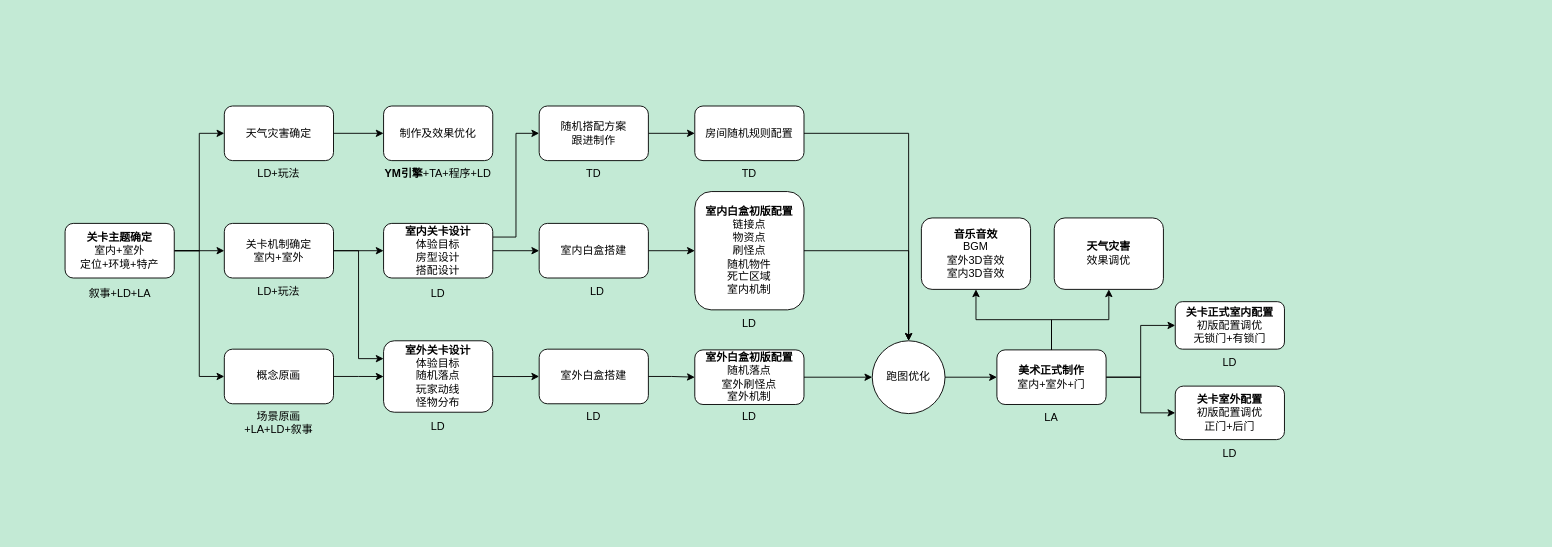
Earlier version of the draw.io diagram MAYDAY关卡设计流程.drawio (LittleTrain0321/15150400109Wy). Source tidied: cells renumbered, new cells numbered last; positions are measured from the earlier drawing's top-left corner, leaving out a move shared by most shapes. Both pictures are drawn from the tidied source at 91%, with x=0, y=0 at pixel (65, 106).
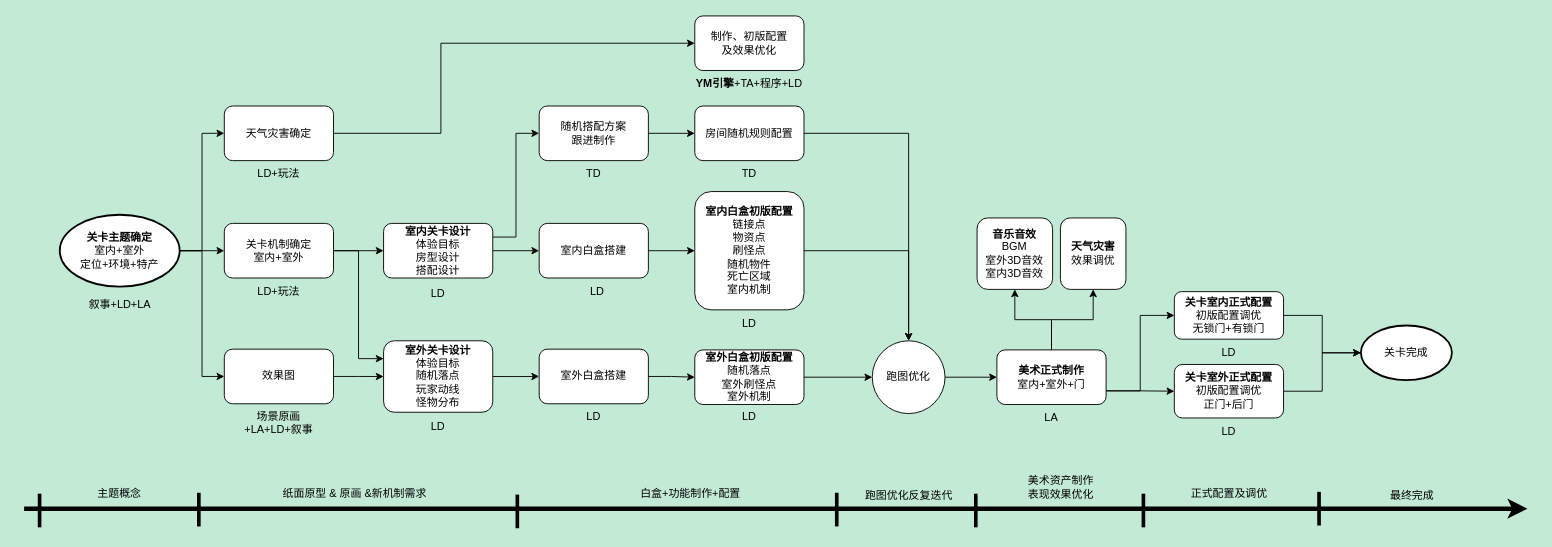
The same page after the edit.

Commit message:
更新MAYDAY关卡设计流程.drawio

Unchanged cells that the change refers to:
```xml
<mxCell id="8" value="天气灾害确定" style="rounded=1;whiteSpace=wrap;html=1;" parent="1" vertex="1">
  <mxGeometry x="175" width="120" height="60" as="geometry" />
</mxCell>
<mxCell id="12" value="关卡机制确定&lt;div&gt;室内+室外&lt;/div&gt;" style="rounded=1;whiteSpace=wrap;html=1;" parent="1" vertex="1">
  <mxGeometry x="175" y="129" width="120" height="60" as="geometry" />
</mxCell>
<mxCell id="48" value="&lt;b&gt;美术正式制作&lt;/b&gt;&lt;br&gt;室内+室外+门" style="rounded=1;whiteSpace=wrap;html=1;" parent="1" vertex="1">
  <mxGeometry x="1024" y="268" width="120" height="60" as="geometry" />
</mxCell>
```

The edit, as a diff of the source:
```diff
@@
     <mxCell id="2" value="叙事+LD+LA" style="text;html=1;align=center;verticalAlign=middle;whiteSpace=wrap;rounded=0;" parent="1" vertex="1">
-      <mxGeometry x="18.5" y="191" width="83" height="30" as="geometry" />
+      <mxGeometry x="18.5" y="204" width="83" height="30" as="geometry" />
     </mxCell>
-    <mxCell id="3" style="edgeStyle=orthogonalEdgeStyle;rounded=0;jettySize=auto;html=1;exitX=1;exitY=0.5;exitDx=0;exitDy=0;entryX=0;entryY=0.5;entryDx=0;entryDy=0;" parent="1" edge="1" source="6" target="8">
+    <mxCell id="3" style="edgeStyle=orthogonalEdgeStyle;rounded=0;jettySize=auto;html=1;exitX=1;exitY=0.5;exitDx=0;exitDy=0;entryX=0;entryY=0.5;entryDx=0;entryDy=0;exitPerimeter=0;" parent="1" edge="1" source="6" target="8">
       <mxGeometry relative="1" as="geometry" />
     </mxCell>
-    <mxCell id="4" style="edgeStyle=orthogonalEdgeStyle;rounded=0;jettySize=auto;html=1;exitX=1;exitY=0.5;exitDx=0;exitDy=0;entryX=0;entryY=0.5;entryDx=0;entryDy=0;" parent="1" edge="1" source="6" target="12">
+    <mxCell id="4" style="edgeStyle=orthogonalEdgeStyle;rounded=0;jettySize=auto;html=1;exitX=1;exitY=0.5;exitDx=0;exitDy=0;entryX=0;entryY=0.5;entryDx=0;entryDy=0;exitPerimeter=0;" parent="1" edge="1" source="6" target="12">
       <mxGeometry relative="1" as="geometry" />
     </mxCell>
-    <mxCell id="5" style="edgeStyle=orthogonalEdgeStyle;rounded=0;jettySize=auto;html=1;exitX=1;exitY=0.5;exitDx=0;exitDy=0;entryX=0;entryY=0.5;entryDx=0;entryDy=0;" parent="1" edge="1" source="6" target="17">
+    <mxCell id="5" style="edgeStyle=orthogonalEdgeStyle;rounded=0;jettySize=auto;html=1;exitX=1;exitY=0.5;exitDx=0;exitDy=0;entryX=0;entryY=0.5;entryDx=0;entryDy=0;exitPerimeter=0;" parent="1" edge="1" source="6" target="17">
       <mxGeometry relative="1" as="geometry" />
     </mxCell>
-    <mxCell id="6" value="&lt;b&gt;关卡主题确定&lt;/b&gt;&lt;div&gt;&lt;div&gt;室内+室外&lt;/div&gt;&lt;/div&gt;&lt;div&gt;定位+环境+特产&lt;/div&gt;" style="rounded=1;whiteSpace=wrap;html=1;" parent="1" vertex="1">
-      <mxGeometry y="129" width="120" height="60" as="geometry" />
-    </mxCell>
     <mxCell id="7" style="edgeStyle=orthogonalEdgeStyle;rounded=0;jettySize=auto;html=1;exitX=1;exitY=0.5;exitDx=0;exitDy=0;entryX=0;entryY=0.5;entryDx=0;entryDy=0;" parent="1" edge="1" source="8" target="14">
-      <mxGeometry relative="1" as="geometry" />
+      <mxGeometry relative="1" as="geometry">
+        <Array as="points">
+          <mxPoint x="413" y="30" />
+          <mxPoint x="413" y="-69" />
+        </Array>
+      </mxGeometry>
     </mxCell>
@@
-    <mxCell id="14" value="制作及效果优化" style="rounded=1;whiteSpace=wrap;html=1;" parent="1" vertex="1">
-      <mxGeometry x="350" width="120" height="60" as="geometry" />
+    <mxCell id="14" value="制作、初版配置&lt;div&gt;及效果优化&lt;/div&gt;" style="rounded=1;whiteSpace=wrap;html=1;" parent="1" vertex="1">
+      <mxGeometry x="692" y="-99" width="120" height="60" as="geometry" />
     </mxCell>
     <mxCell id="15" value="&lt;b&gt;YM引擎&lt;/b&gt;+TA+程序+LD" style="text;html=1;align=center;verticalAlign=middle;whiteSpace=wrap;rounded=0;" parent="1" vertex="1">
-      <mxGeometry x="340" y="60" width="140" height="30" as="geometry" />
+      <mxGeometry x="682" y="-39" width="140" height="30" as="geometry" />
     </mxCell>
@@
-    <mxCell id="17" value="概念原画" style="rounded=1;whiteSpace=wrap;html=1;" parent="1" vertex="1">
+    <mxCell id="17" value="效果图" style="rounded=1;whiteSpace=wrap;html=1;" parent="1" vertex="1">
       <mxGeometry x="175" y="267.2" width="120" height="60" as="geometry" />
     </mxCell>
@@
     <mxCell id="31" value="&lt;b&gt;音乐音效&lt;/b&gt;&lt;div&gt;BGM&lt;/div&gt;&lt;div&gt;室外3D音效&lt;/div&gt;&lt;div&gt;室内3D音效&lt;/div&gt;" style="rounded=1;whiteSpace=wrap;html=1;" parent="1" vertex="1">
-      <mxGeometry x="941" y="123" width="120" height="78.5" as="geometry" />
+      <mxGeometry x="1002.2" y="123" width="83" height="78.5" as="geometry" />
     </mxCell>
@@
-    <mxCell id="45" style="edgeStyle=orthogonalEdgeStyle;rounded=0;jettySize=auto;html=1;exitX=1;exitY=0.5;exitDx=0;exitDy=0;entryX=0;entryY=0.5;entryDx=0;entryDy=0;" parent="1" edge="1" source="48" target="50">
+    <mxCell id="45" style="edgeStyle=orthogonalEdgeStyle;rounded=0;jettySize=auto;html=1;exitX=1;exitY=0.75;exitDx=0;exitDy=0;entryX=0;entryY=0.5;entryDx=0;entryDy=0;" parent="1" edge="1" source="48" target="50">
       <mxGeometry relative="1" as="geometry" />
     </mxCell>
-    <mxCell id="46" style="edgeStyle=orthogonalEdgeStyle;rounded=0;jettySize=auto;html=1;exitX=1;exitY=0.5;exitDx=0;exitDy=0;entryX=0;entryY=0.5;entryDx=0;entryDy=0;" parent="1" edge="1" source="48" target="51">
+    <mxCell id="46" style="edgeStyle=orthogonalEdgeStyle;rounded=0;jettySize=auto;html=1;exitX=1;exitY=0.75;exitDx=0;exitDy=0;entryX=0;entryY=0.5;entryDx=0;entryDy=0;" parent="1" edge="1" source="48" target="51">
       <mxGeometry relative="1" as="geometry" />
     </mxCell>
@@
-    <mxCell id="50" value="&lt;b&gt;关卡正式室内配置&lt;/b&gt;&lt;div&gt;&lt;div&gt;初版配置调优&lt;/div&gt;&lt;div&gt;无锁门+有锁门&lt;/div&gt;&lt;/div&gt;" style="rounded=1;whiteSpace=wrap;html=1;" parent="1" vertex="1">
-      <mxGeometry x="1220" y="215" width="120" height="52.2" as="geometry" />
+    <mxCell id="50" value="&lt;b&gt;关卡室内&lt;/b&gt;&lt;b&gt;正式&lt;/b&gt;&lt;b&gt;配置&lt;/b&gt;&lt;div&gt;&lt;div&gt;初版配置调优&lt;/div&gt;&lt;div&gt;无锁门+有锁门&lt;/div&gt;&lt;/div&gt;" style="rounded=1;whiteSpace=wrap;html=1;" parent="1" vertex="1">
+      <mxGeometry x="1219" y="204" width="120" height="52.2" as="geometry" />
     </mxCell>
-    <mxCell id="51" value="&lt;b&gt;关卡室外配置&lt;/b&gt;&lt;div&gt;初版配置调优&lt;b&gt;&lt;br&gt;&lt;/b&gt;&lt;div&gt;正门+后门&lt;/div&gt;&lt;/div&gt;" style="rounded=1;whiteSpace=wrap;html=1;" parent="1" vertex="1">
-      <mxGeometry x="1220" y="307.8" width="120" height="58.8" as="geometry" />
+    <mxCell id="51" value="&lt;b&gt;关卡室外正式配置&lt;/b&gt;&lt;div&gt;初版配置调优&lt;b&gt;&lt;br&gt;&lt;/b&gt;&lt;div&gt;正门+后门&lt;/div&gt;&lt;/div&gt;" style="rounded=1;whiteSpace=wrap;html=1;" parent="1" vertex="1">
+      <mxGeometry x="1219" y="284" width="120" height="58.8" as="geometry" />
     </mxCell>
     <mxCell id="52" value="LD" style="text;html=1;align=center;verticalAlign=middle;whiteSpace=wrap;rounded=0;" parent="1" vertex="1">
-      <mxGeometry x="1250" y="267.2" width="60" height="30" as="geometry" />
+      <mxGeometry x="1249" y="256.2" width="60" height="30" as="geometry" />
     </mxCell>
     <mxCell id="53" value="LD" style="text;html=1;align=center;verticalAlign=middle;whiteSpace=wrap;rounded=0;" parent="1" vertex="1">
-      <mxGeometry x="1250" y="366.5" width="60" height="30" as="geometry" />
+      <mxGeometry x="1249" y="342.8" width="60" height="30" as="geometry" />
     </mxCell>
@@
     <mxCell id="58" value="&lt;b&gt;天气灾害&lt;/b&gt;&lt;div&gt;效果调优&lt;/div&gt;" style="rounded=1;whiteSpace=wrap;html=1;" parent="1" vertex="1">
-      <mxGeometry x="1087" y="123" width="120" height="78.5" as="geometry" />
+      <mxGeometry x="1093.8" y="123" width="72" height="78.5" as="geometry" />
     </mxCell>
+    <mxCell id="59" style="endArrow=classic;html=1;rounded=0;strokeWidth=5;" parent="1" edge="1">
+      <mxGeometry relative="1" as="geometry">
+        <mxPoint x="-45" y="442.5" as="sourcePoint" />
+        <mxPoint x="1607" y="442.5" as="targetPoint" />
+      </mxGeometry>
+    </mxCell>
+    <mxCell id="60" style="endArrow=none;html=1;rounded=0;strokeWidth=4;" parent="1" edge="1">
+      <mxGeometry relative="1" as="geometry">
+        <mxPoint x="-28" y="463" as="sourcePoint" />
+        <mxPoint x="-28" y="426" as="targetPoint" />
+      </mxGeometry>
+    </mxCell>
+    <mxCell id="61" style="endArrow=none;html=1;rounded=0;strokeWidth=4;" parent="1" edge="1">
+      <mxGeometry relative="1" as="geometry">
+        <mxPoint x="147" y="462" as="sourcePoint" />
+        <mxPoint x="147" y="425" as="targetPoint" />
+      </mxGeometry>
+    </mxCell>
+    <mxCell id="62" value="主题概念" style="text;html=1;align=center;verticalAlign=middle;whiteSpace=wrap;rounded=0;" parent="1" vertex="1">
+      <mxGeometry x="30" y="410.8" width="60" height="30" as="geometry" />
+    </mxCell>
+    <mxCell id="63" value="纸面原型 &amp;amp; 原画 &amp;amp;新机制需求" style="text;html=1;align=center;verticalAlign=middle;whiteSpace=wrap;rounded=0;" parent="1" vertex="1">
+      <mxGeometry x="235" y="410.8" width="167" height="30" as="geometry" />
+    </mxCell>
+    <mxCell id="64" style="endArrow=none;html=1;rounded=0;strokeWidth=4;" parent="1" edge="1">
+      <mxGeometry relative="1" as="geometry">
+        <mxPoint x="497" y="464" as="sourcePoint" />
+        <mxPoint x="497" y="427" as="targetPoint" />
+      </mxGeometry>
+    </mxCell>
+    <mxCell id="65" value="白盒+功能制作+配置" style="text;html=1;align=center;verticalAlign=middle;whiteSpace=wrap;rounded=0;" parent="1" vertex="1">
+      <mxGeometry x="604" y="410.8" width="167" height="30" as="geometry" />
+    </mxCell>
+    <mxCell id="66" style="endArrow=none;html=1;rounded=0;strokeWidth=4;" parent="1" edge="1">
+      <mxGeometry relative="1" as="geometry">
+        <mxPoint x="848" y="462" as="sourcePoint" />
+        <mxPoint x="848" y="425" as="targetPoint" />
+      </mxGeometry>
+    </mxCell>
+    <mxCell id="67" value="跑图优化反复迭代" style="text;html=1;align=center;verticalAlign=middle;whiteSpace=wrap;rounded=0;" parent="1" vertex="1">
+      <mxGeometry x="843.5" y="413" width="167" height="30" as="geometry" />
+    </mxCell>
+    <mxCell id="68" style="endArrow=none;html=1;rounded=0;strokeWidth=4;" parent="1" edge="1">
+      <mxGeometry relative="1" as="geometry">
+        <mxPoint x="1000.8" y="463" as="sourcePoint" />
+        <mxPoint x="1000.8" y="426" as="targetPoint" />
+      </mxGeometry>
+    </mxCell>
+    <mxCell id="69" value="美术资产制作&lt;div&gt;表现效果优化&lt;/div&gt;" style="text;html=1;align=center;verticalAlign=middle;whiteSpace=wrap;rounded=0;" parent="1" vertex="1">
+      <mxGeometry x="1010.5" y="404" width="167" height="30" as="geometry" />
+    </mxCell>
+    <mxCell id="70" style="endArrow=none;html=1;rounded=0;strokeWidth=4;" parent="1" edge="1">
+      <mxGeometry relative="1" as="geometry">
+        <mxPoint x="1185" y="463" as="sourcePoint" />
+        <mxPoint x="1185" y="426" as="targetPoint" />
+      </mxGeometry>
+    </mxCell>
+    <mxCell id="71" value="正式配置及调优" style="text;html=1;align=center;verticalAlign=middle;whiteSpace=wrap;rounded=0;" parent="1" vertex="1">
+      <mxGeometry x="1195.5" y="410.8" width="167" height="30" as="geometry" />
+    </mxCell>
+    <mxCell id="72" value="关卡完成" style="strokeWidth=2;html=1;shape=mxgraph.flowchart.start_1;whiteSpace=wrap;" parent="1" vertex="1">
+      <mxGeometry x="1424" y="241.2" width="100" height="60" as="geometry" />
+    </mxCell>
+    <mxCell id="73" style="edgeStyle=orthogonalEdgeStyle;rounded=0;jettySize=auto;html=1;exitX=1;exitY=0.5;exitDx=0;exitDy=0;entryX=0;entryY=0.5;entryDx=0;entryDy=0;entryPerimeter=0;" parent="1" edge="1" source="51" target="72">
+      <mxGeometry relative="1" as="geometry" />
+    </mxCell>
+    <mxCell id="74" style="edgeStyle=orthogonalEdgeStyle;rounded=0;jettySize=auto;html=1;exitX=1;exitY=0.5;exitDx=0;exitDy=0;entryX=0;entryY=0.5;entryDx=0;entryDy=0;entryPerimeter=0;" parent="1" edge="1" source="50" target="72">
+      <mxGeometry relative="1" as="geometry" />
+    </mxCell>
+    <mxCell id="75" style="endArrow=none;html=1;rounded=0;strokeWidth=4;" parent="1" edge="1">
+      <mxGeometry relative="1" as="geometry">
+        <mxPoint x="1378" y="461" as="sourcePoint" />
+        <mxPoint x="1378" y="424" as="targetPoint" />
+      </mxGeometry>
+    </mxCell>
+    <mxCell id="76" value="最终完成" style="text;html=1;align=center;verticalAlign=middle;whiteSpace=wrap;rounded=0;" parent="1" vertex="1">
+      <mxGeometry x="1397" y="413" width="167" height="30" as="geometry" />
+    </mxCell>
+    <mxCell id="6" value="&lt;b&gt;关卡主题确定&lt;/b&gt;&lt;div&gt;室内+室外&lt;/div&gt;&lt;div&gt;定位+环境+特产&lt;/div&gt;" style="strokeWidth=2;html=1;shape=mxgraph.flowchart.start_1;whiteSpace=wrap;" parent="1" vertex="1">
+      <mxGeometry x="-5.8" y="119.5" width="131.7" height="79" as="geometry" />
+    </mxCell>
```
